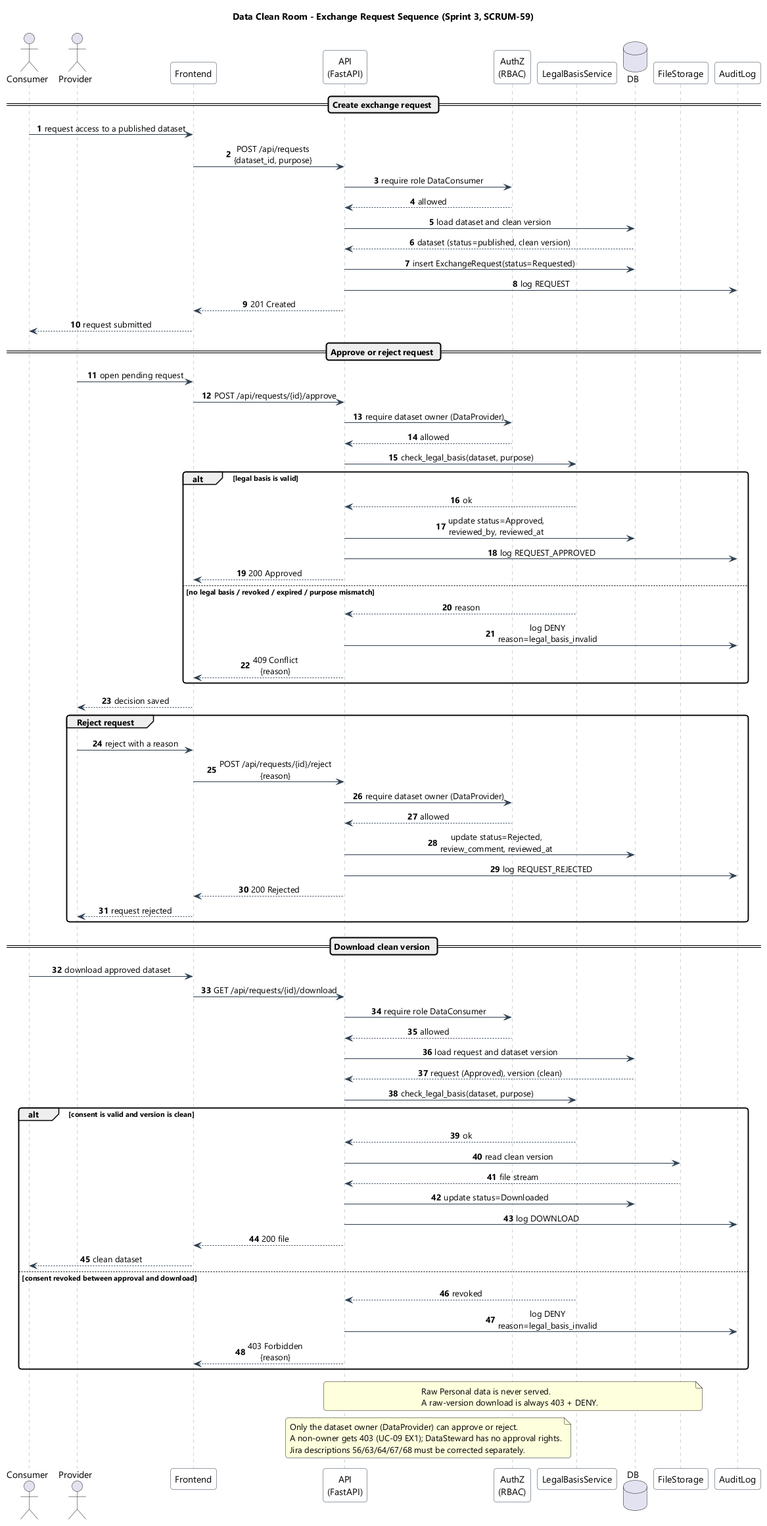
Above: docs/architecture/sequence-exchange.png in olesJS/data_clean_room (PlantUML), before the change.
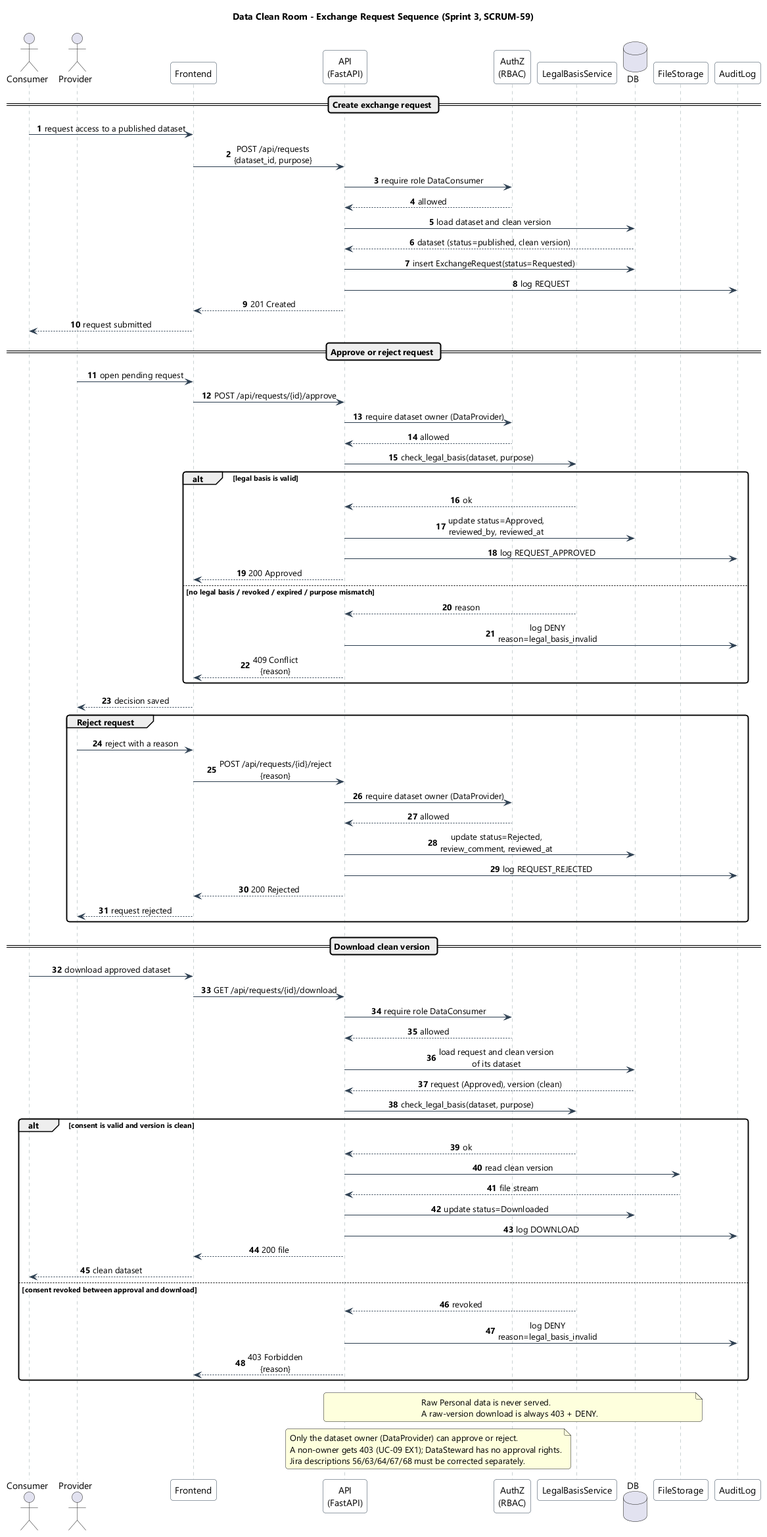
The same diagram one commit later.

Commit message:
docs(SCRUM-59): clarify download resolves clean version via dataset

Change to the diagram source:
```diff
@@ -75,7 +75,7 @@
 Frontend -> API: GET /api/requests/{id}/download
 API -> AuthZ: require role DataConsumer
 AuthZ --> API: allowed
-API -> DB: load request and dataset version
+API -> DB: load request and clean version\nof its dataset
 DB --> API: request (Approved), version (clean)
 API -> LBS: check_legal_basis(dataset, purpose)
 alt consent is valid and version is clean
```
